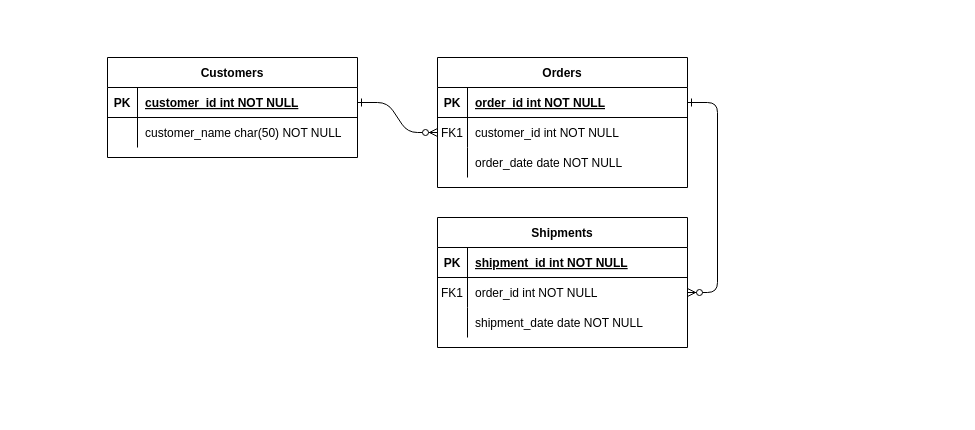
This is Untitled Diagram.drawio from PeddiSaiPreetham/TW, a draw.io file, before an edit. Source tidied: cells renumbered, new cells numbered last; positions are measured from the earlier drawing's top-left corner, leaving out a move shared by most shapes. Both pictures are drawn from the tidied source at 100%, with x=0, y=0 at pixel (107, 57).
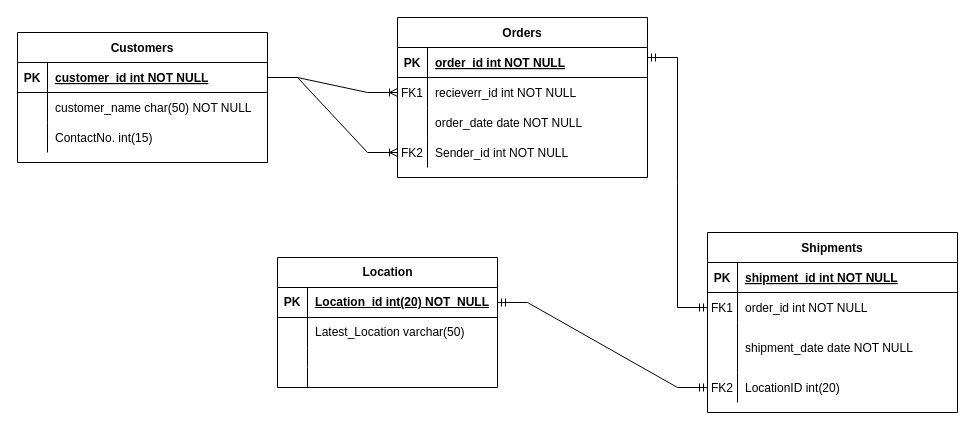
Above is the later version.

The change refers to these unchanged cells:
```xml
<mxCell id="5" style="shape=partialRectangle;fillColor=none;points=[[0,0.5],[1,0.5]];portConstraint=eastwest;top=0;left=0;right=0;bottom=1;" parent="4" vertex="1">
  <mxGeometry y="30" width="250" height="30" as="geometry" />
</mxCell>
<mxCell id="8" style="shape=partialRectangle;fillColor=none;points=[[0,0.5],[1,0.5]];portConstraint=eastwest;top=0;left=0;right=0;bottom=0;" parent="4" vertex="1">
  <mxGeometry y="60" width="250" height="30" as="geometry" />
</mxCell>
<mxCell id="18" style="shape=partialRectangle;fillColor=none;points=[[0,0.5],[1,0.5]];portConstraint=eastwest;top=0;left=0;right=0;bottom=0;" parent="14" vertex="1">
  <mxGeometry y="60" width="250" height="30" as="geometry" />
</mxCell>
<mxCell id="25" style="shape=partialRectangle;fillColor=none;points=[[0,0.5],[1,0.5]];portConstraint=eastwest;top=0;left=0;right=0;bottom=1;" parent="24" vertex="1">
  <mxGeometry y="30" width="250" height="30" as="geometry" />
</mxCell>
```

What changed in the source:
```diff
@@
-    <mxCell id="2" style="edgeStyle=entityRelationEdgeStyle;endArrow=ERzeroToMany;startArrow=ERone;endFill=1;startFill=0;" parent="1" edge="1" source="25" target="8">
-      <mxGeometry relative="1" as="geometry" />
-    </mxCell>
-    <mxCell id="3" style="edgeStyle=entityRelationEdgeStyle;endArrow=ERzeroToMany;startArrow=ERone;endFill=1;startFill=0;" parent="1" edge="1" source="5" target="18">
-      <mxGeometry relative="1" as="geometry" />
-    </mxCell>
     <mxCell id="4" value="Orders" style="shape=table;startSize=30;childLayout=tableLayout;rowLines=0;fontStyle=1;align=center;" parent="1" vertex="1">
-      <mxGeometry x="330" width="250" height="130" as="geometry" />
+      <mxGeometry x="290" y="-40" width="250" height="160" as="geometry" />
     </mxCell>
@@
-    <mxCell id="10" value="customer_id int NOT NULL" style="shape=partialRectangle;overflow=hidden;fillColor=none;top=0;left=0;bottom=0;right=0;align=left;spacingLeft=6;" parent="8" vertex="1">
+    <mxCell id="10" value="recieverr_id int NOT NULL" style="shape=partialRectangle;overflow=hidden;fillColor=none;top=0;left=0;bottom=0;right=0;align=left;spacingLeft=6;" parent="8" vertex="1">
       <mxGeometry x="30" width="220" height="30" as="geometry" />
     </mxCell>
@@
+    <mxCell id="31" style="shape=tableRow;horizontal=0;startSize=0;swimlaneHead=0;swimlaneBody=0;fillColor=none;points=[[0,0.5],[1,0.5]];portConstraint=eastwest;top=0;left=0;right=0;bottom=0;" parent="4" vertex="1">
+      <mxGeometry y="120" width="250" height="30" as="geometry" />
+    </mxCell>
+    <mxCell id="32" value="FK2" style="shape=partialRectangle;fillColor=none;top=0;left=0;bottom=0;right=0;overflow=hidden;" parent="31" vertex="1">
+      <mxGeometry width="30" height="30" as="geometry" />
+    </mxCell>
+    <mxCell id="33" value="Sender_id int NOT NULL" style="shape=partialRectangle;fillColor=none;top=0;left=0;bottom=0;right=0;align=left;spacingLeft=6;overflow=hidden;" parent="31" vertex="1">
+      <mxGeometry x="30" width="220" height="30" as="geometry" />
+    </mxCell>
     <mxCell id="14" value="Shipments" style="shape=table;startSize=30;childLayout=tableLayout;rowLines=0;fontStyle=1;align=center;" parent="1" vertex="1">
-      <mxGeometry x="330" y="160" width="250" height="130" as="geometry" />
+      <mxGeometry x="600" y="175" width="250" height="180" as="geometry" />
     </mxCell>
@@
     <mxCell id="21" style="shape=partialRectangle;fillColor=none;top=0;left=0;right=0;bottom=0;" parent="14" vertex="1">
-      <mxGeometry y="90" width="250" height="30" as="geometry" />
+      <mxGeometry y="90" width="250" height="50" as="geometry" />
     </mxCell>
     <mxCell id="22" style="shape=partialRectangle;overflow=hidden;fillColor=none;top=0;left=0;bottom=0;right=0;" parent="21" vertex="1">
-      <mxGeometry width="30" height="30" as="geometry" />
+      <mxGeometry width="30" height="50" as="geometry" />
     </mxCell>
     <mxCell id="23" value="shipment_date date NOT NULL" style="shape=partialRectangle;overflow=hidden;fillColor=none;top=0;left=0;bottom=0;right=0;align=left;spacingLeft=6;" parent="21" vertex="1">
-      <mxGeometry x="30" width="220" height="30" as="geometry" />
+      <mxGeometry x="30" width="220" height="50" as="geometry" />
     </mxCell>
+    <mxCell id="34" style="shape=tableRow;horizontal=0;startSize=0;swimlaneHead=0;swimlaneBody=0;fillColor=none;points=[[0,0.5],[1,0.5]];portConstraint=eastwest;top=0;left=0;right=0;bottom=0;" parent="14" vertex="1">
+      <mxGeometry y="140" width="250" height="30" as="geometry" />
+    </mxCell>
+    <mxCell id="35" value="FK2" style="shape=partialRectangle;fillColor=none;top=0;left=0;bottom=0;right=0;overflow=hidden;" parent="34" vertex="1">
+      <mxGeometry width="30" height="30" as="geometry" />
+    </mxCell>
+    <mxCell id="36" value="LocationID int(20)" style="shape=partialRectangle;fillColor=none;top=0;left=0;bottom=0;right=0;align=left;spacingLeft=6;overflow=hidden;" parent="34" vertex="1">
+      <mxGeometry x="30" width="220" height="30" as="geometry" />
+    </mxCell>
     <mxCell id="24" value="Customers" style="shape=table;startSize=30;childLayout=tableLayout;rowLines=0;fontStyle=1;align=center;" parent="1" vertex="1">
-      <mxGeometry width="250" height="100" as="geometry" />
+      <mxGeometry x="-90" y="-25" width="250" height="130" as="geometry" />
     </mxCell>
@@
+    <mxCell id="37" style="shape=tableRow;horizontal=0;startSize=0;swimlaneHead=0;swimlaneBody=0;fillColor=none;top=0;left=0;right=0;bottom=0;" parent="24" vertex="1">
+      <mxGeometry y="90" width="250" height="30" as="geometry" />
+    </mxCell>
+    <mxCell id="38" style="shape=partialRectangle;fillColor=none;top=0;left=0;bottom=0;right=0;overflow=hidden;" parent="37" vertex="1">
+      <mxGeometry width="30" height="30" as="geometry" />
+    </mxCell>
+    <mxCell id="39" value="ContactNo. int(15)" style="shape=partialRectangle;fillColor=none;top=0;left=0;bottom=0;right=0;align=left;spacingLeft=6;overflow=hidden;" parent="37" vertex="1">
+      <mxGeometry x="30" width="220" height="30" as="geometry" />
+    </mxCell>
+    <mxCell id="40" value="Location" style="shape=table;startSize=30;childLayout=tableLayout;rowLines=0;fontStyle=1;align=center;html=1;" parent="1" vertex="1">
+      <mxGeometry x="170" y="200" width="220" height="130" as="geometry" />
+    </mxCell>
+    <mxCell id="41" style="shape=tableRow;horizontal=0;startSize=0;swimlaneHead=0;swimlaneBody=0;fillColor=none;points=[[0,0.5],[1,0.5]];portConstraint=eastwest;top=0;left=0;right=0;bottom=1;" parent="40" vertex="1">
+      <mxGeometry y="30" width="220" height="30" as="geometry" />
+    </mxCell>
+    <mxCell id="42" value="PK" style="shape=partialRectangle;fillColor=none;top=0;left=0;bottom=0;right=0;fontStyle=1;overflow=hidden;whiteSpace=wrap;html=1;" parent="41" vertex="1">
+      <mxGeometry width="30" height="30" as="geometry" />
+    </mxCell>
+    <mxCell id="43" value="Location_id int(20) NOT_NULL" style="shape=partialRectangle;fillColor=none;top=0;left=0;bottom=0;right=0;align=left;spacingLeft=6;fontStyle=5;overflow=hidden;whiteSpace=wrap;html=1;" parent="41" vertex="1">
+      <mxGeometry x="30" width="190" height="30" as="geometry" />
+    </mxCell>
+    <mxCell id="44" style="shape=tableRow;horizontal=0;startSize=0;swimlaneHead=0;swimlaneBody=0;fillColor=none;top=0;left=0;right=0;bottom=0;" parent="40" vertex="1">
+      <mxGeometry y="60" width="220" height="30" as="geometry" />
+    </mxCell>
+    <mxCell id="45" style="shape=partialRectangle;fillColor=none;top=0;left=0;bottom=0;right=0;overflow=hidden;whiteSpace=wrap;html=1;" parent="44" vertex="1">
+      <mxGeometry width="30" height="30" as="geometry" />
+    </mxCell>
+    <mxCell id="46" value="Latest_Location varchar(50)" style="shape=partialRectangle;fillColor=none;top=0;left=0;bottom=0;right=0;align=left;spacingLeft=6;overflow=hidden;whiteSpace=wrap;html=1;" parent="44" vertex="1">
+      <mxGeometry x="30" width="190" height="30" as="geometry" />
+    </mxCell>
+    <mxCell id="47" style="shape=tableRow;horizontal=0;startSize=0;swimlaneHead=0;swimlaneBody=0;fillColor=none;top=0;left=0;right=0;bottom=0;" parent="40" vertex="1">
+      <mxGeometry y="90" width="220" height="20" as="geometry" />
+    </mxCell>
+    <mxCell id="48" style="shape=partialRectangle;fillColor=none;top=0;left=0;bottom=0;right=0;overflow=hidden;whiteSpace=wrap;html=1;" parent="47" vertex="1">
+      <mxGeometry width="30" height="20" as="geometry" />
+    </mxCell>
+    <mxCell id="49" style="shape=partialRectangle;fillColor=none;top=0;left=0;bottom=0;right=0;align=left;spacingLeft=6;overflow=hidden;whiteSpace=wrap;html=1;" parent="47" vertex="1">
+      <mxGeometry x="30" width="190" height="20" as="geometry" />
+    </mxCell>
+    <mxCell id="50" style="shape=tableRow;horizontal=0;startSize=0;swimlaneHead=0;swimlaneBody=0;fillColor=none;top=0;left=0;right=0;bottom=0;" parent="40" vertex="1">
+      <mxGeometry y="110" width="220" height="20" as="geometry" />
+    </mxCell>
+    <mxCell id="51" style="shape=partialRectangle;fillColor=none;top=0;left=0;bottom=0;right=0;overflow=hidden;whiteSpace=wrap;html=1;" parent="50" vertex="1">
+      <mxGeometry width="30" height="20" as="geometry" />
+    </mxCell>
+    <mxCell id="52" style="shape=partialRectangle;fillColor=none;top=0;left=0;bottom=0;right=0;align=left;spacingLeft=6;overflow=hidden;whiteSpace=wrap;html=1;" parent="50" vertex="1">
+      <mxGeometry x="30" width="190" height="20" as="geometry" />
+    </mxCell>
+    <mxCell id="53" style="edgeStyle=entityRelationEdgeStyle;fontSize=12;html=1;endArrow=ERoneToMany;rounded=0;exitX=1;exitY=0.5;exitDx=0;exitDy=0;" parent="1" edge="1" source="25" target="31">
+      <mxGeometry relative="1" as="geometry" />
+    </mxCell>
+    <mxCell id="2" style="edgeStyle=entityRelationEdgeStyle;fontSize=12;html=1;endArrow=ERoneToMany;rounded=0;entryX=0;entryY=0.5;entryDx=0;entryDy=0;exitX=1;exitY=0.5;exitDx=0;exitDy=0;" parent="1" edge="1" source="25" target="8">
+      <mxGeometry relative="1" as="geometry" />
+    </mxCell>
+    <mxCell id="54" style="edgeStyle=entityRelationEdgeStyle;fontSize=12;html=1;endArrow=ERmandOne;startArrow=ERmandOne;rounded=0;entryX=0;entryY=0.5;entryDx=0;entryDy=0;exitX=1;exitY=0.25;exitDx=0;exitDy=0;" parent="1" edge="1" source="4" target="18">
+      <mxGeometry relative="1" as="geometry">
+        <Array as="points">
+          <mxPoint x="670" y="195" />
+          <mxPoint x="660" y="195" />
+          <mxPoint x="650" y="95" />
+          <mxPoint x="670" y="85" />
+          <mxPoint x="670" y="195" />
+        </Array>
+      </mxGeometry>
+    </mxCell>
+    <mxCell id="55" style="edgeStyle=entityRelationEdgeStyle;fontSize=12;html=1;endArrow=ERmandOne;startArrow=ERmandOne;rounded=0;entryX=0;entryY=0.5;entryDx=0;entryDy=0;exitX=1;exitY=0.5;exitDx=0;exitDy=0;" parent="1" edge="1" source="41" target="34">
+      <mxGeometry relative="1" as="geometry" />
+    </mxCell>
```
